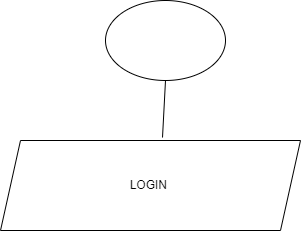
Above: Flowchart.png in 2003gichohiwaweru/softwaredevlab (draw.io), before the change. Source tidied: cells renumbered, new cells last; positions are measured from the earlier drawing's top-left corner, leaving out a move shared by most shapes.
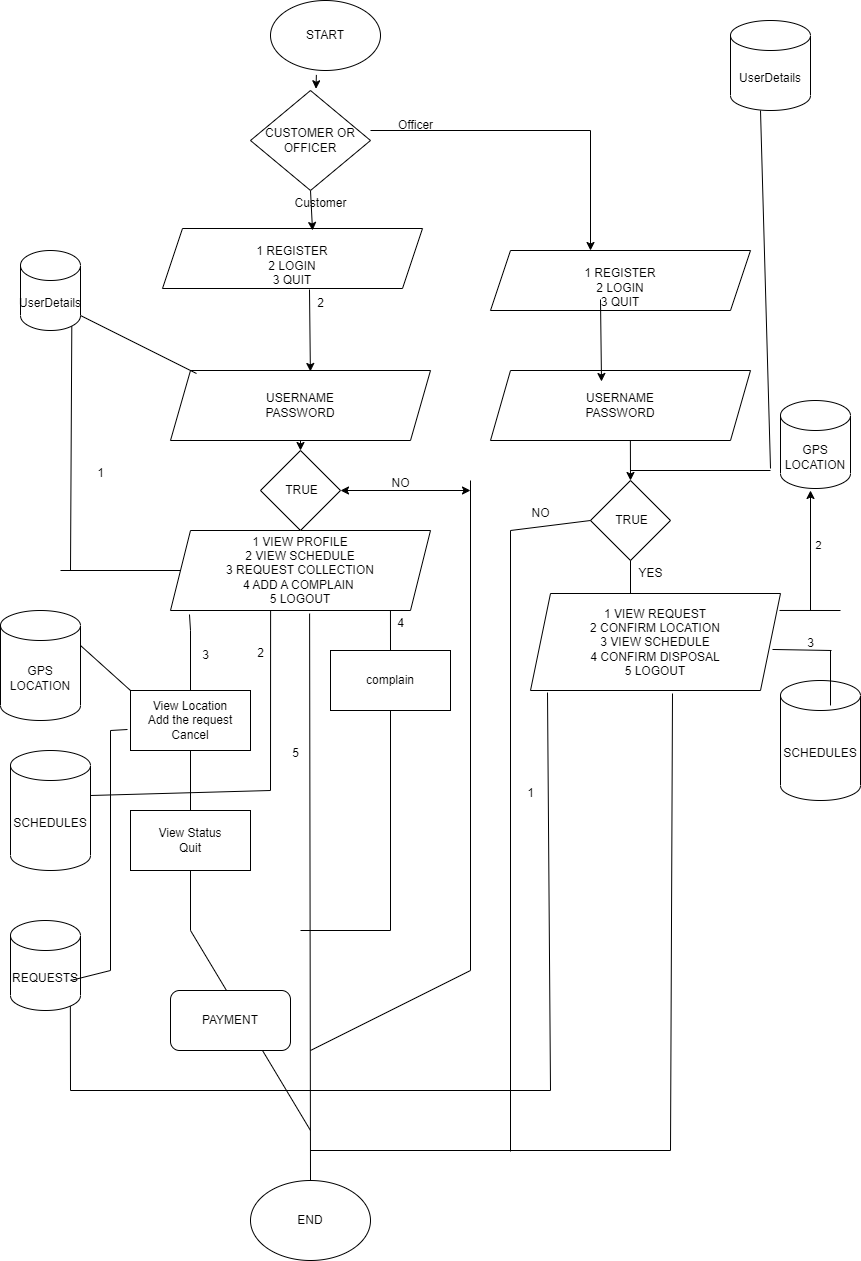
The same file after the commit.

What changed in the source:
```diff
@@ -2,19 +2,330 @@
   <root>
     <mxCell id="0" />
     <mxCell id="1" parent="0" />
-    <mxCell id="2" style="ellipse;whiteSpace=wrap;html=1;" parent="1" vertex="1">
-      <mxGeometry x="105" width="120" height="80" as="geometry" />
+    <mxCell id="2" value="START" style="ellipse;whiteSpace=wrap;html=1;" parent="1" vertex="1">
+      <mxGeometry x="80" y="-100" width="110" height="70" as="geometry" />
     </mxCell>
     <mxCell id="3" style="endArrow=none;html=1;rounded=0;" parent="1" edge="1" target="4">
       <mxGeometry relative="1" as="geometry">
         <mxPoint x="160" y="150" as="sourcePoint" />
       </mxGeometry>
     </mxCell>
-    <mxCell id="4" value="LOGIN&amp;nbsp;" style="shape=parallelogram;perimeter=parallelogramPerimeter;whiteSpace=wrap;html=1;fixedSize=1;" parent="1" vertex="1">
-      <mxGeometry y="140" width="300" height="90" as="geometry" />
+    <mxCell id="4" value="&lt;br&gt;1 REGISTER&lt;br&gt;2 LOGIN&lt;br&gt;3 QUIT" style="shape=parallelogram;perimeter=parallelogramPerimeter;whiteSpace=wrap;html=1;fixedSize=1;" parent="1" vertex="1">
+      <mxGeometry x="-28" y="128" width="260" height="60" as="geometry" />
     </mxCell>
-    <mxCell id="5" style="endArrow=none;html=1;rounded=0;entryX=0.5;entryY=1;entryDx=0;entryDy=0;exitX=0.54;exitY=-0.033;exitDx=0;exitDy=0;exitPerimeter=0;" parent="1" edge="1" source="4" target="2">
-      <mxGeometry relative="1" as="geometry" />
-    </mxCell>
+    <mxCell id="6" value="USERNAME&lt;br&gt;PASSWORD" style="shape=parallelogram;perimeter=parallelogramPerimeter;whiteSpace=wrap;html=1;fixedSize=1;" parent="1" vertex="1">
+      <mxGeometry x="-20" y="270" width="260" height="70" as="geometry" />
+    </mxCell>
+    <mxCell id="7" value="2" style="text;html=1;align=center;verticalAlign=middle;points=[];strokeColor=none;fillColor=none;" parent="1" vertex="1">
+      <mxGeometry x="115" y="188" width="30" height="30" as="geometry" />
+    </mxCell>
+    <mxCell id="8" style="endArrow=classic;html=1;rounded=0;entryX=0.577;entryY=0.033;entryDx=0;entryDy=0;entryPerimeter=0;" parent="1" edge="1" target="4">
+      <mxGeometry relative="1" as="geometry">
+        <mxPoint x="120" y="90" as="sourcePoint" />
+      </mxGeometry>
+    </mxCell>
+    <mxCell id="9" style="endArrow=classic;html=1;rounded=0;exitX=0.133;exitY=0.033;exitDx=0;exitDy=0;exitPerimeter=0;entryX=0.538;entryY=0.014;entryDx=0;entryDy=0;entryPerimeter=0;" parent="1" edge="1" source="7" target="6">
+      <mxGeometry relative="1" as="geometry" />
+    </mxCell>
+    <mxCell id="10" value="UserDetails" style="shape=cylinder3;whiteSpace=wrap;html=1;boundedLbl=1;backgroundOutline=1;size=15;" parent="1" vertex="1">
+      <mxGeometry x="-170" y="150" width="60" height="80" as="geometry" />
+    </mxCell>
+    <mxCell id="11" style="endArrow=classic;html=1;rounded=0;exitX=0.5;exitY=1;exitDx=0;exitDy=0;entryX=0.5;entryY=0;entryDx=0;entryDy=0;" parent="1" edge="1" source="38" target="12">
+      <mxGeometry relative="1" as="geometry" />
+    </mxCell>
+    <mxCell id="12" value="1 VIEW PROFILE&lt;br&gt;2 VIEW SCHEDULE&lt;br&gt;3 REQUEST COLLECTION&lt;br&gt;4 ADD A COMPLAIN&amp;nbsp;&lt;br&gt;5 LOGOUT" style="shape=parallelogram;perimeter=parallelogramPerimeter;whiteSpace=wrap;html=1;fixedSize=1;" parent="1" vertex="1">
+      <mxGeometry x="-20" y="430" width="260" height="80" as="geometry" />
+    </mxCell>
+    <mxCell id="13" style="endArrow=none;html=1;rounded=0;entryX=0;entryY=0.5;entryDx=0;entryDy=0;" parent="1" edge="1" target="12">
+      <mxGeometry relative="1" as="geometry">
+        <mxPoint x="-130" y="470" as="sourcePoint" />
+      </mxGeometry>
+    </mxCell>
+    <mxCell id="14" style="endArrow=none;html=1;rounded=0;entryX=0.855;entryY=1;entryDx=0;entryDy=-4.35;entryPerimeter=0;" parent="1" edge="1" target="10">
+      <mxGeometry relative="1" as="geometry">
+        <mxPoint x="-120" y="470" as="sourcePoint" />
+      </mxGeometry>
+    </mxCell>
+    <mxCell id="15" value="1&lt;br&gt;" style="text;html=1;align=center;verticalAlign=middle;strokeColor=none;fillColor=none;" parent="1" vertex="1">
+      <mxGeometry x="-105" y="358" width="30" height="30" as="geometry" />
+    </mxCell>
+    <mxCell id="16" value="GPS LOCATION" style="shape=cylinder3;whiteSpace=wrap;html=1;boundedLbl=1;backgroundOutline=1;size=15;" parent="1" vertex="1">
+      <mxGeometry x="-190" y="510" width="80" height="110" as="geometry" />
+    </mxCell>
+    <mxCell id="17" style="endArrow=none;html=1;rounded=0;exitX=0.073;exitY=1.05;exitDx=0;exitDy=0;exitPerimeter=0;" parent="1" edge="1" source="12">
+      <mxGeometry relative="1" as="geometry">
+        <mxPoint y="590" as="targetPoint" />
+        <Array as="points">
+          <mxPoint y="530" />
+        </Array>
+      </mxGeometry>
+    </mxCell>
+    <mxCell id="18" value="3&lt;br&gt;" style="text;html=1;align=center;verticalAlign=middle;strokeColor=none;fillColor=none;" parent="1" vertex="1">
+      <mxGeometry y="540" width="30" height="30" as="geometry" />
+    </mxCell>
+    <mxCell id="19" style="endArrow=classic;html=1;rounded=0;exitX=0.417;exitY=1.063;exitDx=0;exitDy=0;exitPerimeter=0;entryX=0.546;entryY=-0.017;entryDx=0;entryDy=0;entryPerimeter=0;" parent="1" edge="1" source="2" target="20">
+      <mxGeometry relative="1" as="geometry" />
+    </mxCell>
+    <mxCell id="20" value="CUSTOMER OR&lt;br&gt;OFFICER" style="rhombus;whiteSpace=wrap;html=1;" parent="1" vertex="1">
+      <mxGeometry x="60" y="-10" width="120" height="100" as="geometry" />
+    </mxCell>
+    <mxCell id="21" value="Customer" style="text;html=1;align=center;verticalAlign=middle;strokeColor=none;fillColor=none;" parent="1" vertex="1">
+      <mxGeometry x="90" y="88" width="80" height="30" as="geometry" />
+    </mxCell>
+    <mxCell id="22" style="endArrow=none;html=1;rounded=0;" parent="1" edge="1">
+      <mxGeometry relative="1" as="geometry">
+        <mxPoint x="180" y="30" as="sourcePoint" />
+        <mxPoint x="400" y="30" as="targetPoint" />
+      </mxGeometry>
+    </mxCell>
+    <mxCell id="23" value="Officer" style="text;html=1;align=center;verticalAlign=middle;strokeColor=none;fillColor=none;" parent="1" vertex="1">
+      <mxGeometry x="195" y="10" width="60" height="30" as="geometry" />
+    </mxCell>
+    <mxCell id="24" style="endArrow=none;html=1;rounded=0;exitX=0.535;exitY=1.038;exitDx=0;exitDy=0;exitPerimeter=0;" parent="1" edge="1" source="12" target="25">
+      <mxGeometry relative="1" as="geometry" />
+    </mxCell>
+    <mxCell id="25" value="END" style="ellipse;whiteSpace=wrap;html=1;" parent="1" vertex="1">
+      <mxGeometry x="60" y="1080" width="120" height="80" as="geometry" />
+    </mxCell>
+    <mxCell id="26" value="SCHEDULES" style="shape=cylinder3;whiteSpace=wrap;html=1;boundedLbl=1;backgroundOutline=1;size=15;" parent="1" vertex="1">
+      <mxGeometry x="-180" y="650" width="80" height="120" as="geometry" />
+    </mxCell>
+    <mxCell id="27" style="endArrow=none;html=1;rounded=0;entryX=0.846;entryY=1;entryDx=0;entryDy=0;entryPerimeter=0;" parent="1" edge="1" target="12">
+      <mxGeometry relative="1" as="geometry">
+        <mxPoint x="200" y="550" as="sourcePoint" />
+      </mxGeometry>
+    </mxCell>
+    <mxCell id="28" value="4" style="text;html=1;align=center;verticalAlign=middle;strokeColor=none;fillColor=none;" parent="1" vertex="1">
+      <mxGeometry x="195" y="508" width="30" height="30" as="geometry" />
+    </mxCell>
+    <mxCell id="29" value="complain" style="rounded=0;whiteSpace=wrap;html=1;" parent="1" vertex="1">
+      <mxGeometry x="140" y="550" width="120" height="60" as="geometry" />
+    </mxCell>
+    <mxCell id="30" value="5" style="text;html=1;align=center;verticalAlign=middle;strokeColor=none;fillColor=none;" parent="1" vertex="1">
+      <mxGeometry x="90" y="638" width="30" height="30" as="geometry" />
+    </mxCell>
+    <mxCell id="31" value="View Location&lt;br&gt;Add the request&lt;br&gt;Cancel" style="rounded=0;whiteSpace=wrap;html=1;" parent="1" vertex="1">
+      <mxGeometry x="-60" y="590" width="120" height="60" as="geometry" />
+    </mxCell>
+    <mxCell id="32" style="endArrow=none;html=1;rounded=0;exitX=1;exitY=0;exitDx=0;exitDy=35;exitPerimeter=0;entryX=0;entryY=0;entryDx=0;entryDy=0;" parent="1" edge="1" source="16" target="31">
+      <mxGeometry relative="1" as="geometry" />
+    </mxCell>
+    <mxCell id="33" style="endArrow=none;html=1;rounded=0;entryX=0.5;entryY=1;entryDx=0;entryDy=0;" parent="1" edge="1" target="31">
+      <mxGeometry relative="1" as="geometry">
+        <mxPoint y="710" as="sourcePoint" />
+      </mxGeometry>
+    </mxCell>
+    <mxCell id="34" value="View Status&lt;br&gt;Quit" style="rounded=0;whiteSpace=wrap;html=1;" parent="1" vertex="1">
+      <mxGeometry x="-60" y="710" width="120" height="60" as="geometry" />
+    </mxCell>
+    <mxCell id="35" style="endArrow=none;html=1;rounded=0;exitX=0.5;exitY=1;exitDx=0;exitDy=0;" parent="1" edge="1" source="34">
+      <mxGeometry relative="1" as="geometry">
+        <mxPoint y="830" as="targetPoint" />
+      </mxGeometry>
+    </mxCell>
+    <mxCell id="36" style="endArrow=none;html=1;rounded=0;" parent="1" edge="1">
+      <mxGeometry relative="1" as="geometry">
+        <mxPoint y="830" as="sourcePoint" />
+        <mxPoint x="120" y="1030" as="targetPoint" />
+      </mxGeometry>
+    </mxCell>
+    <mxCell id="37" style="endArrow=classic;html=1;rounded=0;exitX=0.5;exitY=1;exitDx=0;exitDy=0;entryX=0.5;entryY=0;entryDx=0;entryDy=0;" parent="1" edge="1" source="6" target="38">
+      <mxGeometry relative="1" as="geometry" />
+    </mxCell>
+    <mxCell id="38" value="&amp;nbsp;TRUE" style="rhombus;whiteSpace=wrap;html=1;" parent="1" vertex="1">
+      <mxGeometry x="70" y="350" width="80" height="80" as="geometry" />
+    </mxCell>
+    <mxCell id="39" style="endArrow=classic;startArrow=classic;html=1;rounded=0;exitX=1;exitY=0.5;exitDx=0;exitDy=0;" parent="1" edge="1" source="38">
+      <mxGeometry relative="1" as="geometry">
+        <mxPoint x="280" y="390" as="targetPoint" />
+      </mxGeometry>
+    </mxCell>
+    <mxCell id="40" style="endArrow=none;html=1;rounded=0;" parent="1" edge="1">
+      <mxGeometry relative="1" as="geometry">
+        <mxPoint x="280" y="870" as="sourcePoint" />
+        <mxPoint x="280" y="380" as="targetPoint" />
+      </mxGeometry>
+    </mxCell>
+    <mxCell id="41" style="endArrow=none;html=1;rounded=0;" parent="1" edge="1">
+      <mxGeometry relative="1" as="geometry">
+        <mxPoint x="120" y="950" as="sourcePoint" />
+        <mxPoint x="280" y="870" as="targetPoint" />
+      </mxGeometry>
+    </mxCell>
+    <mxCell id="42" style="endArrow=none;html=1;rounded=0;entryX=0.5;entryY=1;entryDx=0;entryDy=0;" parent="1" edge="1" target="29">
+      <mxGeometry relative="1" as="geometry">
+        <mxPoint x="200" y="830" as="sourcePoint" />
+      </mxGeometry>
+    </mxCell>
+    <mxCell id="43" style="endArrow=none;html=1;rounded=0;" parent="1" edge="1">
+      <mxGeometry relative="1" as="geometry">
+        <mxPoint x="110" y="830" as="sourcePoint" />
+        <mxPoint x="200" y="830" as="targetPoint" />
+      </mxGeometry>
+    </mxCell>
+    <mxCell id="44" style="endArrow=none;html=1;rounded=0;entryX=0.385;entryY=1;entryDx=0;entryDy=0;entryPerimeter=0;" parent="1" edge="1" target="12">
+      <mxGeometry relative="1" as="geometry">
+        <mxPoint x="80" y="690" as="sourcePoint" />
+      </mxGeometry>
+    </mxCell>
+    <mxCell id="45" style="endArrow=none;html=1;rounded=0;exitX=1;exitY=0.375;exitDx=0;exitDy=0;exitPerimeter=0;" parent="1" edge="1" source="26">
+      <mxGeometry relative="1" as="geometry">
+        <mxPoint x="80" y="690" as="targetPoint" />
+      </mxGeometry>
+    </mxCell>
+    <mxCell id="46" value="2" style="text;html=1;align=center;verticalAlign=middle;strokeColor=none;fillColor=none;" parent="1" vertex="1">
+      <mxGeometry x="55" y="538" width="30" height="30" as="geometry" />
+    </mxCell>
+    <mxCell id="47" style="endArrow=classic;html=1;rounded=0;" parent="1" edge="1">
+      <mxGeometry relative="1" as="geometry">
+        <mxPoint x="400" y="30" as="sourcePoint" />
+        <mxPoint x="400" y="150" as="targetPoint" />
+      </mxGeometry>
+    </mxCell>
+    <mxCell id="48" value="&lt;br&gt;1 REGISTER&lt;br&gt;2 LOGIN&lt;br&gt;3 QUIT" style="shape=parallelogram;perimeter=parallelogramPerimeter;whiteSpace=wrap;html=1;fixedSize=1;" parent="1" vertex="1">
+      <mxGeometry x="300" y="150" width="260" height="60" as="geometry" />
+    </mxCell>
+    <mxCell id="49" value="USERNAME&lt;br&gt;PASSWORD" style="shape=parallelogram;perimeter=parallelogramPerimeter;whiteSpace=wrap;html=1;fixedSize=1;" parent="1" vertex="1">
+      <mxGeometry x="300" y="270" width="260" height="70" as="geometry" />
+    </mxCell>
+    <mxCell id="50" style="endArrow=classic;html=1;rounded=0;exitX=0.133;exitY=0.033;exitDx=0;exitDy=0;exitPerimeter=0;entryX=0.538;entryY=0.014;entryDx=0;entryDy=0;entryPerimeter=0;" parent="1" edge="1">
+      <mxGeometry relative="1" as="geometry">
+        <mxPoint x="410" y="199" as="sourcePoint" />
+        <mxPoint x="411" y="281" as="targetPoint" />
+      </mxGeometry>
+    </mxCell>
+    <mxCell id="51" value="NO" style="text;html=1;align=center;verticalAlign=middle;strokeColor=none;fillColor=none;" parent="1" vertex="1">
+      <mxGeometry x="190" y="368" width="40" height="30" as="geometry" />
+    </mxCell>
+    <mxCell id="52" style="endArrow=none;html=1;rounded=0;" parent="1" edge="1">
+      <mxGeometry relative="1" as="geometry">
+        <mxPoint x="-80" y="630" as="sourcePoint" />
+        <mxPoint x="-80" y="870" as="targetPoint" />
+      </mxGeometry>
+    </mxCell>
+    <mxCell id="53" style="endArrow=none;html=1;rounded=0;entryX=-0.025;entryY=0.65;entryDx=0;entryDy=0;entryPerimeter=0;" parent="1" edge="1" target="31">
+      <mxGeometry relative="1" as="geometry">
+        <mxPoint x="-80" y="630" as="sourcePoint" />
+      </mxGeometry>
+    </mxCell>
+    <mxCell id="54" value="REQUESTS" style="shape=cylinder3;whiteSpace=wrap;html=1;boundedLbl=1;backgroundOutline=1;size=15;" parent="1" vertex="1">
+      <mxGeometry x="-180" y="820" width="70" height="90" as="geometry" />
+    </mxCell>
+    <mxCell id="55" style="endArrow=none;html=1;rounded=0;exitX=0.857;exitY=0.667;exitDx=0;exitDy=0;exitPerimeter=0;" parent="1" edge="1" source="54">
+      <mxGeometry relative="1" as="geometry">
+        <mxPoint x="-80" y="870" as="targetPoint" />
+      </mxGeometry>
+    </mxCell>
+    <mxCell id="56" value="&amp;nbsp;TRUE" style="rhombus;whiteSpace=wrap;html=1;" parent="1" vertex="1">
+      <mxGeometry x="400" y="380" width="80" height="80" as="geometry" />
+    </mxCell>
+    <mxCell id="57" style="endArrow=classic;html=1;rounded=0;exitX=0.538;exitY=1;exitDx=0;exitDy=0;exitPerimeter=0;entryX=0.5;entryY=0;entryDx=0;entryDy=0;" parent="1" edge="1" source="49" target="56">
+      <mxGeometry relative="1" as="geometry" />
+    </mxCell>
+    <mxCell id="58" style="endArrow=none;html=1;rounded=0;exitX=0.1;exitY=0.043;exitDx=0;exitDy=0;exitPerimeter=0;entryX=1;entryY=1;entryDx=0;entryDy=-15;entryPerimeter=0;" parent="1" edge="1" source="6" target="10">
+      <mxGeometry relative="1" as="geometry" />
+    </mxCell>
+    <mxCell id="59" value="UserDetails" style="shape=cylinder3;whiteSpace=wrap;html=1;boundedLbl=1;backgroundOutline=1;size=15;" parent="1" vertex="1">
+      <mxGeometry x="540" y="-80" width="80" height="90" as="geometry" />
+    </mxCell>
+    <mxCell id="60" style="endArrow=classic;html=1;rounded=0;exitX=0.5;exitY=1;exitDx=0;exitDy=0;" parent="1" edge="1" source="56">
+      <mxGeometry relative="1" as="geometry">
+        <mxPoint x="440" y="510" as="targetPoint" />
+      </mxGeometry>
+    </mxCell>
+    <mxCell id="61" value="1 VIEW REQUEST&lt;br&gt;2 CONFIRM LOCATION&lt;br&gt;3 VIEW SCHEDULE&lt;br&gt;4 CONFIRM DISPOSAL&lt;br&gt;5 LOGOUT" style="shape=parallelogram;perimeter=parallelogramPerimeter;whiteSpace=wrap;html=1;fixedSize=1;" parent="1" vertex="1">
+      <mxGeometry x="340" y="493" width="250" height="97" as="geometry" />
+    </mxCell>
+    <mxCell id="62" style="endArrow=none;html=1;rounded=0;entryX=0.068;entryY=1.021;entryDx=0;entryDy=0;entryPerimeter=0;" parent="1" edge="1" target="61">
+      <mxGeometry relative="1" as="geometry">
+        <mxPoint x="360" y="990" as="sourcePoint" />
+      </mxGeometry>
+    </mxCell>
+    <mxCell id="63" style="endArrow=none;html=1;rounded=0;" parent="1" edge="1">
+      <mxGeometry relative="1" as="geometry">
+        <mxPoint x="-120" y="990" as="sourcePoint" />
+        <mxPoint x="360" y="990" as="targetPoint" />
+      </mxGeometry>
+    </mxCell>
+    <mxCell id="64" style="endArrow=none;html=1;rounded=0;entryX=0.855;entryY=1;entryDx=0;entryDy=-4.35;entryPerimeter=0;" parent="1" edge="1" target="54">
+      <mxGeometry relative="1" as="geometry">
+        <mxPoint x="-120" y="990" as="sourcePoint" />
+      </mxGeometry>
+    </mxCell>
+    <mxCell id="65" value="1" style="text;html=1;align=center;verticalAlign=middle;strokeColor=none;fillColor=none;" parent="1" vertex="1">
+      <mxGeometry x="325" y="678" width="30" height="30" as="geometry" />
+    </mxCell>
+    <mxCell id="66" value="GPS LOCATION" style="shape=cylinder3;whiteSpace=wrap;html=1;boundedLbl=1;backgroundOutline=1;size=15;" parent="1" vertex="1">
+      <mxGeometry x="590" y="300" width="70" height="88" as="geometry" />
+    </mxCell>
+    <mxCell id="67" style="endArrow=none;html=1;rounded=0;exitX=0.996;exitY=0.175;exitDx=0;exitDy=0;exitPerimeter=0;" parent="1" edge="1" source="61">
+      <mxGeometry relative="1" as="geometry">
+        <mxPoint x="650" y="510" as="targetPoint" />
+      </mxGeometry>
+    </mxCell>
+    <mxCell id="68" style="endArrow=classic;html=1;rounded=0;" parent="1" edge="1">
+      <mxGeometry relative="1" as="geometry">
+        <mxPoint x="620" y="510" as="sourcePoint" />
+        <mxPoint x="620" y="390" as="targetPoint" />
+      </mxGeometry>
+    </mxCell>
+    <mxCell id="69" value="2&lt;br&gt;" style="edgeLabel;html=1;align=center;verticalAlign=middle;" parent="68" vertex="1">
+      <mxGeometry x="0.1" y="-7" relative="1" as="geometry" />
+    </mxCell>
+    <mxCell id="70" value="SCHEDULES" style="shape=cylinder3;whiteSpace=wrap;html=1;boundedLbl=1;backgroundOutline=1;size=15;" parent="1" vertex="1">
+      <mxGeometry x="590" y="580" width="80" height="120" as="geometry" />
+    </mxCell>
+    <mxCell id="71" style="endArrow=none;html=1;rounded=0;exitX=0.968;exitY=0.577;exitDx=0;exitDy=0;exitPerimeter=0;" parent="1" edge="1" source="61">
+      <mxGeometry relative="1" as="geometry">
+        <mxPoint x="641" y="550" as="targetPoint" />
+      </mxGeometry>
+    </mxCell>
+    <mxCell id="72" style="endArrow=none;html=1;rounded=0;exitX=0.625;exitY=0.208;exitDx=0;exitDy=0;exitPerimeter=0;" parent="1" edge="1" source="70">
+      <mxGeometry relative="1" as="geometry">
+        <mxPoint x="640" y="550" as="targetPoint" />
+      </mxGeometry>
+    </mxCell>
+    <mxCell id="73" value="3" style="text;html=1;align=center;verticalAlign=middle;strokeColor=none;fillColor=none;" parent="1" vertex="1">
+      <mxGeometry x="605" y="528" width="30" height="30" as="geometry" />
+    </mxCell>
+    <mxCell id="74" value="PAYMENT" style="rounded=1;whiteSpace=wrap;html=1;" parent="1" vertex="1">
+      <mxGeometry x="-20" y="890" width="120" height="60" as="geometry" />
+    </mxCell>
+    <mxCell id="75" style="endArrow=none;html=1;rounded=0;entryX=0.568;entryY=1.031;entryDx=0;entryDy=0;entryPerimeter=0;" parent="1" edge="1" target="61">
+      <mxGeometry relative="1" as="geometry">
+        <mxPoint x="480" y="1050" as="sourcePoint" />
+      </mxGeometry>
+    </mxCell>
+    <mxCell id="76" style="endArrow=none;html=1;rounded=0;" parent="1" edge="1">
+      <mxGeometry relative="1" as="geometry">
+        <mxPoint x="120" y="1050" as="sourcePoint" />
+        <mxPoint x="480" y="1050" as="targetPoint" />
+      </mxGeometry>
+    </mxCell>
+    <mxCell id="77" style="endArrow=none;html=1;rounded=0;entryX=0;entryY=0.5;entryDx=0;entryDy=0;" parent="1" edge="1" target="56">
+      <mxGeometry relative="1" as="geometry">
+        <mxPoint x="320" y="1051" as="sourcePoint" />
+        <Array as="points">
+          <mxPoint x="320" y="430" />
+        </Array>
+      </mxGeometry>
+    </mxCell>
+    <mxCell id="78" value="NO" style="text;html=1;align=center;verticalAlign=middle;strokeColor=none;fillColor=none;" parent="1" vertex="1">
+      <mxGeometry x="330" y="398" width="40" height="30" as="geometry" />
+    </mxCell>
+    <mxCell id="79" value="YES" style="text;html=1;align=center;verticalAlign=middle;strokeColor=none;fillColor=none;" parent="1" vertex="1">
+      <mxGeometry x="435" y="458" width="50" height="30" as="geometry" />
+    </mxCell>
+    <mxCell id="80" style="endArrow=none;html=1;rounded=0;entryX=0.375;entryY=1;entryDx=0;entryDy=0;entryPerimeter=0;" parent="1" edge="1" target="59">
+      <mxGeometry relative="1" as="geometry">
+        <mxPoint x="580" y="368" as="sourcePoint" />
+      </mxGeometry>
+    </mxCell>
+    <mxCell id="81" style="endArrow=none;html=1;rounded=0;" parent="1" edge="1">
+      <mxGeometry relative="1" as="geometry">
+        <mxPoint x="440" y="370" as="sourcePoint" />
+        <mxPoint x="580" y="370" as="targetPoint" />
+      </mxGeometry>
+    </mxCell>
   </root>
 </mxGraphModel>
```
